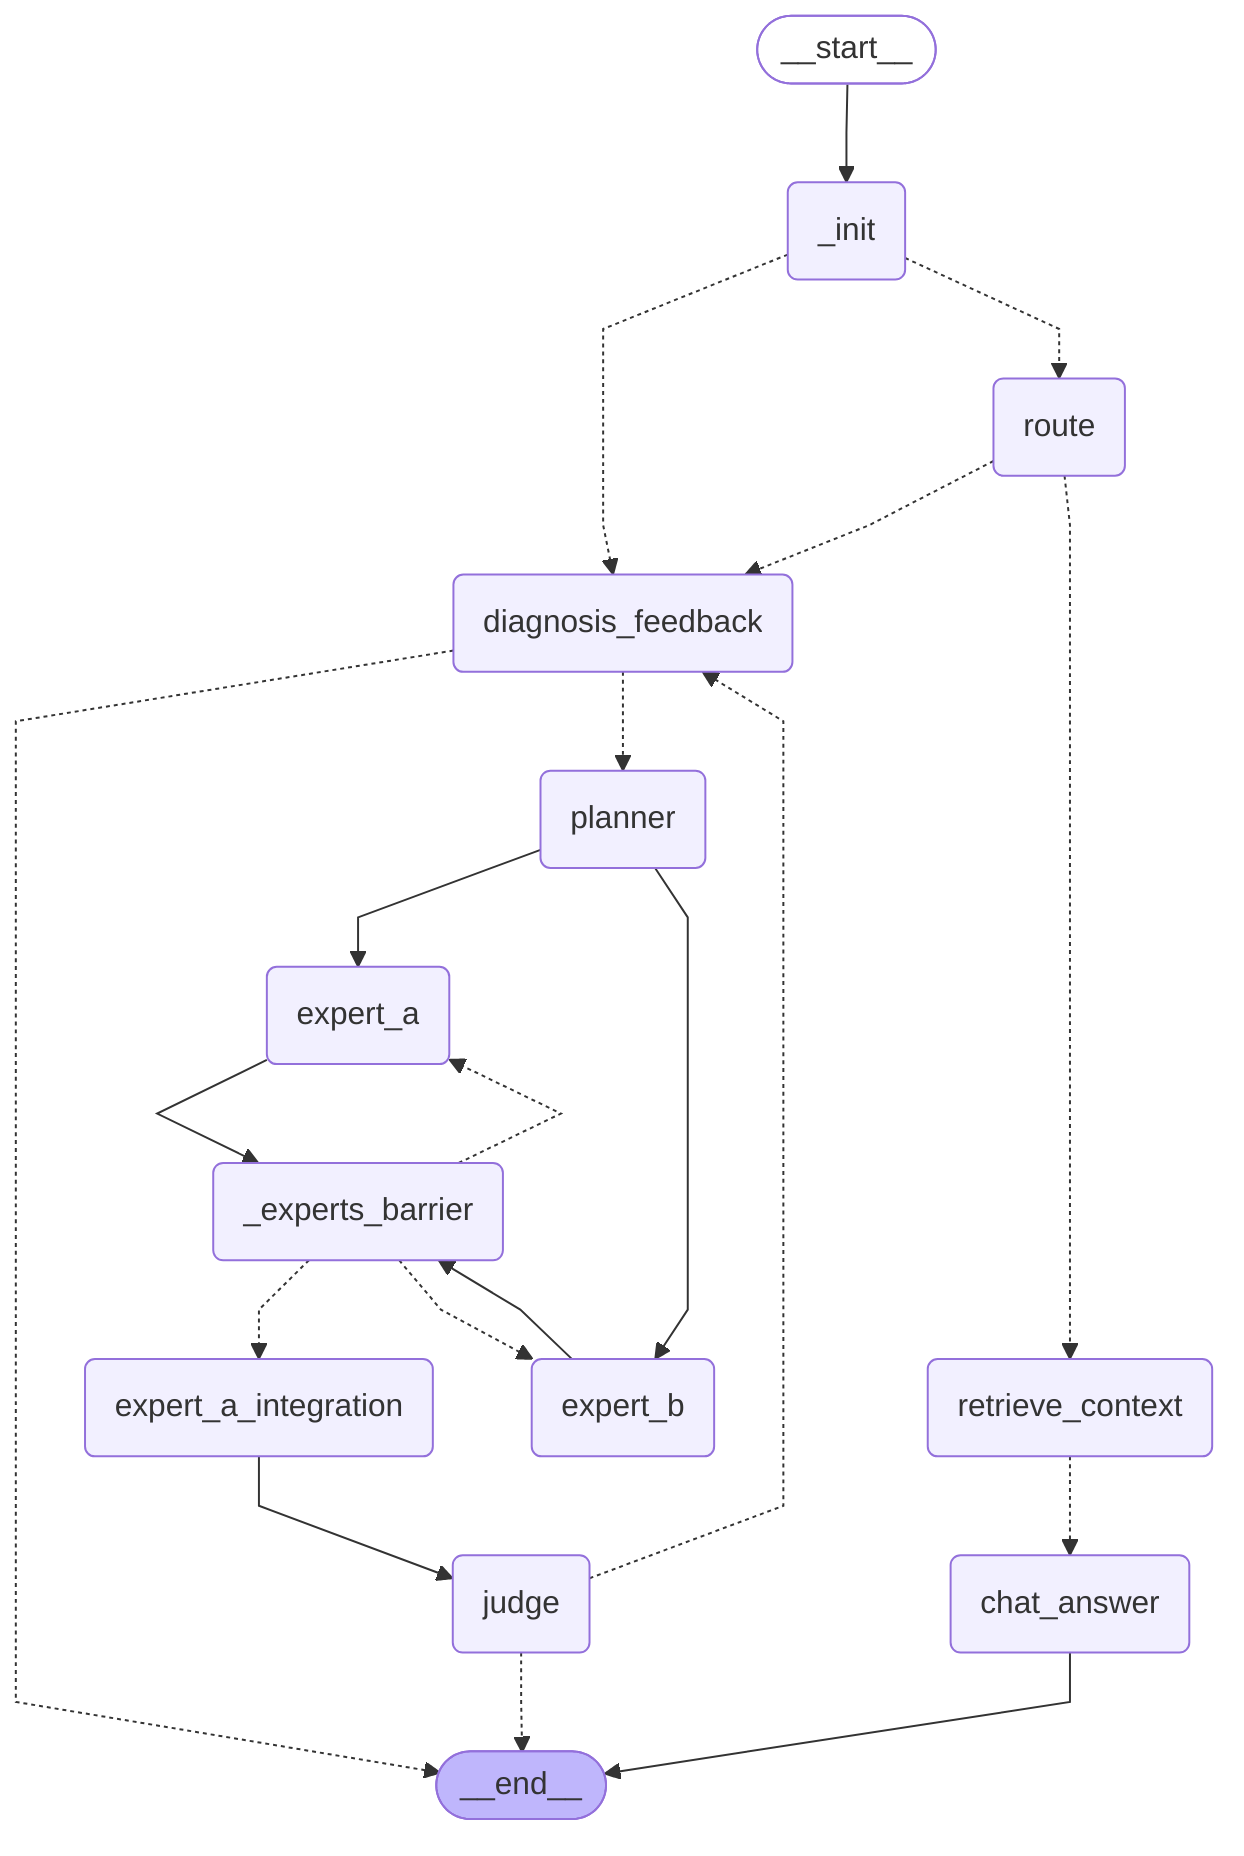
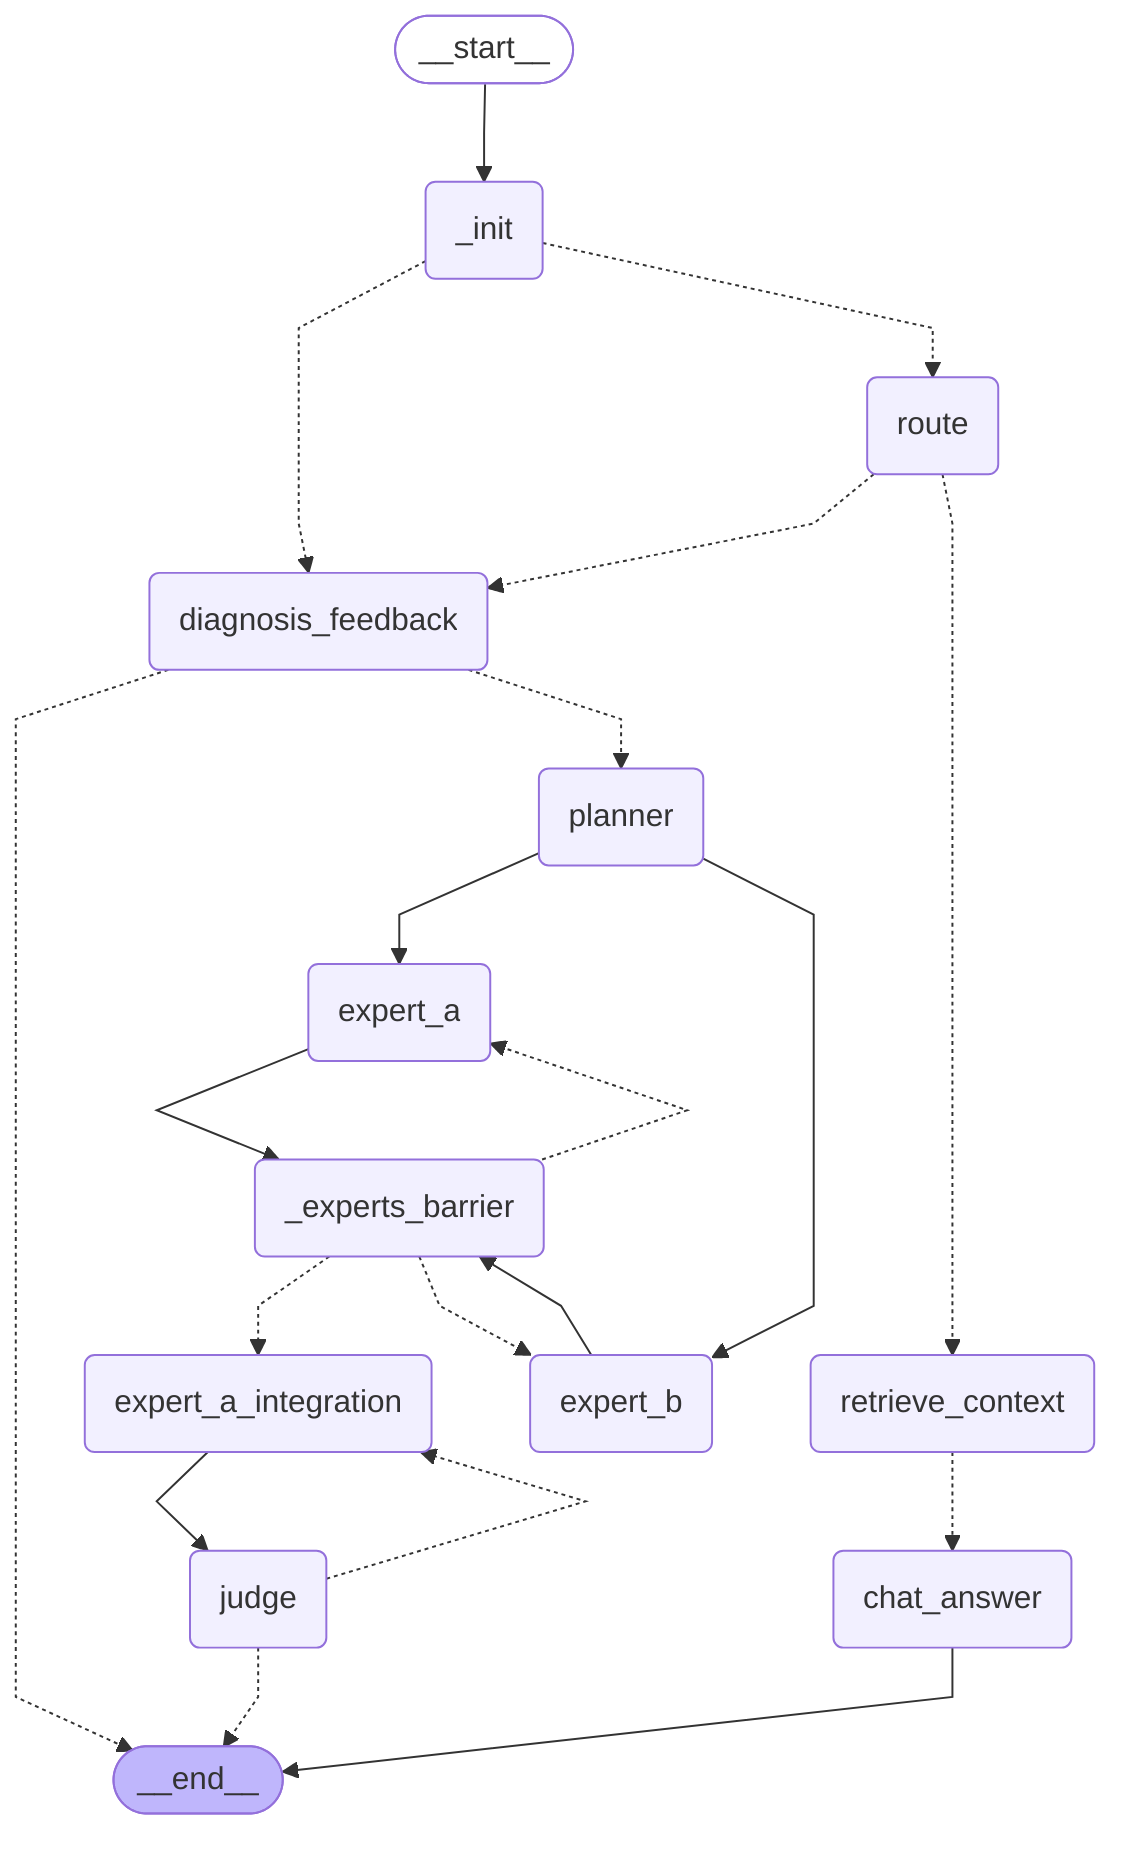
---
config:
  flowchart:
    curve: linear
---
graph TD;
	__start__([<p>__start__</p>]):::first
	_init(_init)
	route(route)
	diagnosis_feedback(diagnosis_feedback)
	planner(planner)
	retrieve_context(retrieve_context)
	chat_answer(chat_answer)
	expert_a(expert_a)
	expert_b(expert_b)
	_experts_barrier(_experts_barrier)
	expert_a_integration(expert_a_integration)
	judge(judge)
	__end__([<p>__end__</p>]):::last
	__start__ --> _init;
	_experts_barrier -.-> expert_a;
	_experts_barrier -.-> expert_a_integration;
	_experts_barrier -.-> expert_b;
	_init -.-> diagnosis_feedback;
	_init -.-> route;
	diagnosis_feedback -.-> __end__;
	diagnosis_feedback -.-> planner;
	expert_a --> _experts_barrier;
	expert_a_integration --> judge;
	expert_b --> _experts_barrier;
	judge -.-> __end__;
- 	judge -.-> diagnosis_feedback;
+ 	judge -.-> expert_a_integration;
	planner --> expert_a;
	planner --> expert_b;
	retrieve_context -.-> chat_answer;
	route -.-> diagnosis_feedback;
	route -.-> retrieve_context;
	chat_answer --> __end__;
	classDef default fill:#f2f0ff,line-height:1.2
	classDef first fill-opacity:0
	classDef last fill:#bfb6fc
